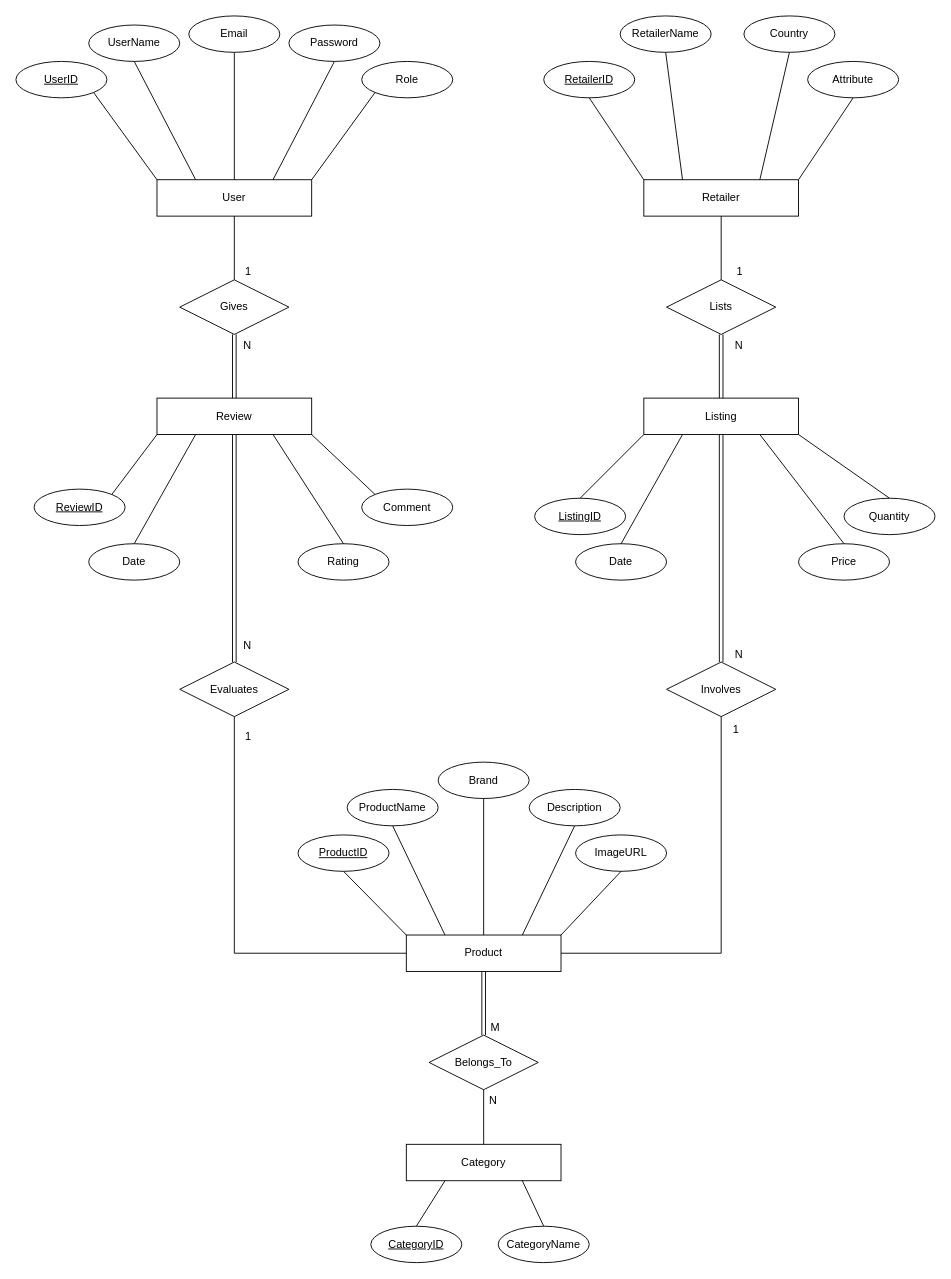
This is CompareIt_Database.drawio from HamdaanMirza/Procrastinators, a draw.io file, before an edit. Source tidied: cells renumbered, new cells numbered last; positions are measured from the earlier drawing's top-left corner, leaving out a move shared by most shapes. Both pictures are drawn from the tidied source at 91%, with x=0, y=0 at pixel (15, 15).
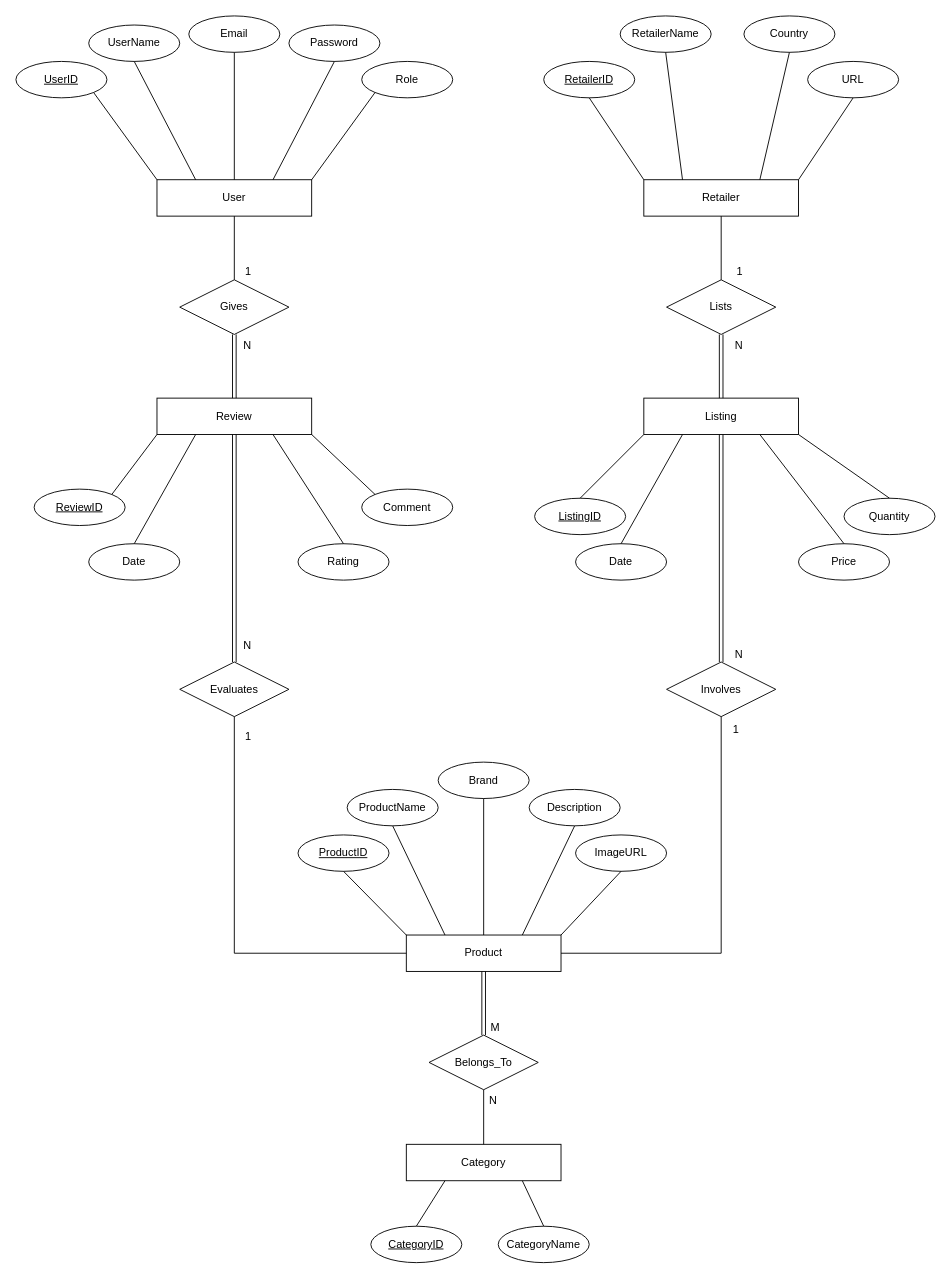
After the change.

Commit message:
Changed attribute in retailer to URL

The edit, as a diff of the source:
```diff
@@
-    <mxCell id="31" value="Attribute" style="ellipse;whiteSpace=wrap;html=1;align=center;" parent="1" vertex="1">
+    <mxCell id="31" value="URL" style="ellipse;whiteSpace=wrap;html=1;align=center;" parent="1" vertex="1">
       <mxGeometry x="870" y="50" width="100" height="40" as="geometry" />
     </mxCell>
```
